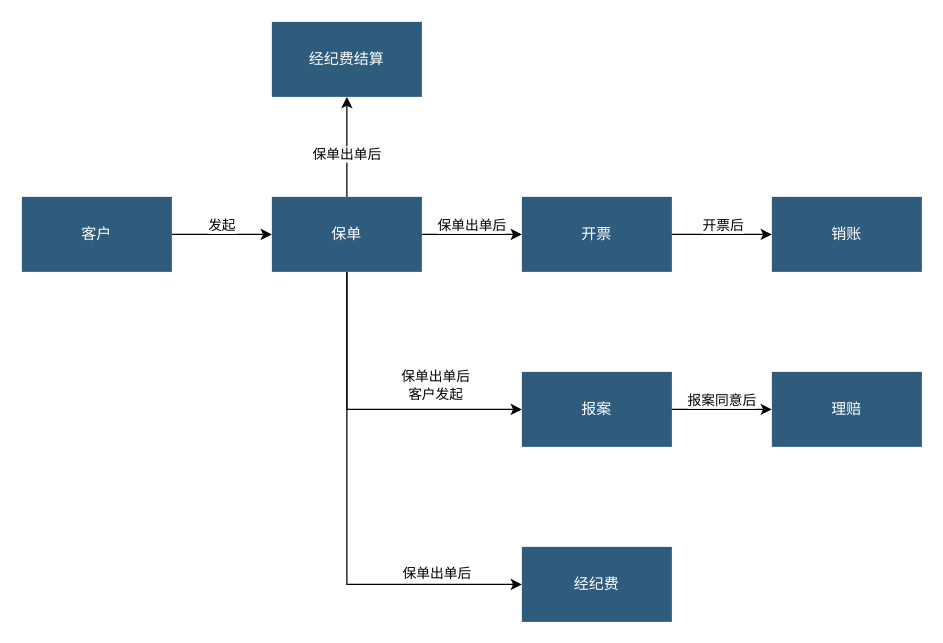
Before: locc 投保.drawio in xiaoming728/draw, a draw.io diagram. Source tidied: cells renumbered, new cells numbered last; positions are measured from the earlier drawing's top-left corner, leaving out a move shared by most shapes. Both pictures are drawn from the tidied source at 125%, with x=0, y=0 at pixel (21, 21).
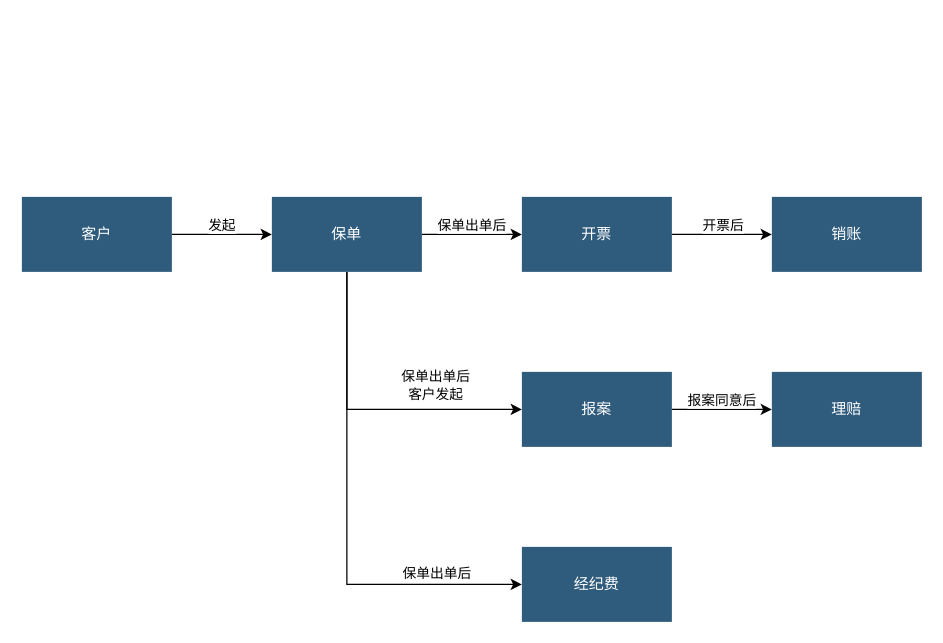
The same diagram, later.

The change refers to these unchanged cells:
```xml
<mxCell id="14" value="保单" style="whiteSpace=wrap;shadow=0;fontColor=#FFFFFF;fontFamily=Helvetica;fontStyle=0;html=1;fontSize=12;plain-purple;strokeColor=none;fillColor=#2f5b7c;gradientColor=none;spacing=6;verticalAlign=middle;" parent="1" vertex="1">
  <mxGeometry x="200" y="140" width="120" height="60" as="geometry" />
</mxCell>
```

Change to the diagram source:
```diff
@@
-    <mxCell id="8" style="edgeStyle=orthogonalEdgeStyle;rounded=0;jettySize=auto;html=1;" parent="1" edge="1" source="14" target="22">
-      <mxGeometry relative="1" as="geometry" />
-    </mxCell>
-    <mxCell id="9" value="保单出单后" style="edgeLabel;html=1;align=center;verticalAlign=middle;" parent="8" vertex="1">
-      <mxGeometry x="-0.09" y="1" relative="1" as="geometry">
-        <mxPoint y="1" as="offset" />
-      </mxGeometry>
-    </mxCell>
@@
-    <mxCell id="22" value="经纪费结算" style="whiteSpace=wrap;shadow=0;fontColor=#FFFFFF;fontFamily=Helvetica;fontStyle=0;html=1;fontSize=12;plain-purple;strokeColor=none;fillColor=#2f5b7c;gradientColor=none;spacing=6;verticalAlign=middle;" parent="1" vertex="1">
-      <mxGeometry x="200" width="120" height="60" as="geometry" />
-    </mxCell>
```
